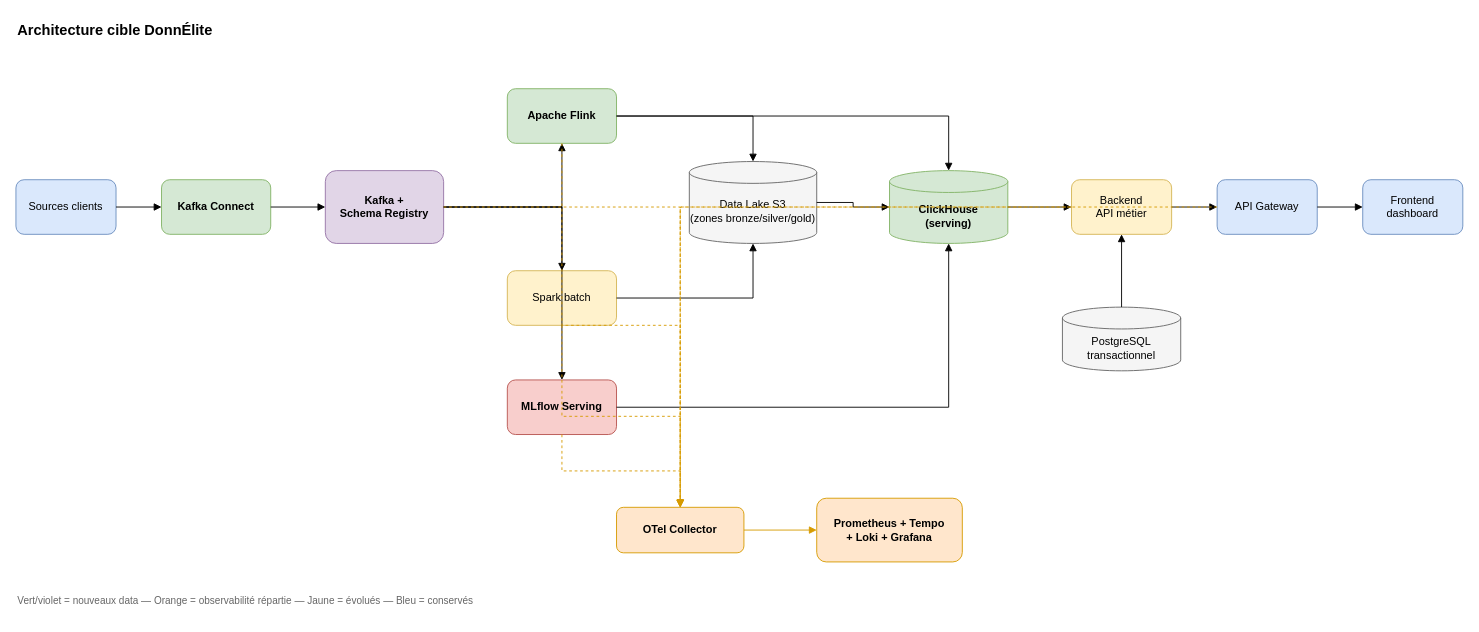
The draw.io diagram projet/livrables/diagrams/05-architecture-cible.drawio in laurentcoufinal/projet12, before the edit. Source tidied: cells renumbered, new cells numbered last; positions are measured from the earlier drawing's top-left corner, leaving out a move shared by most shapes. Both pictures are drawn from the tidied source at 91%, with x=0, y=0 at pixel (15, 15).
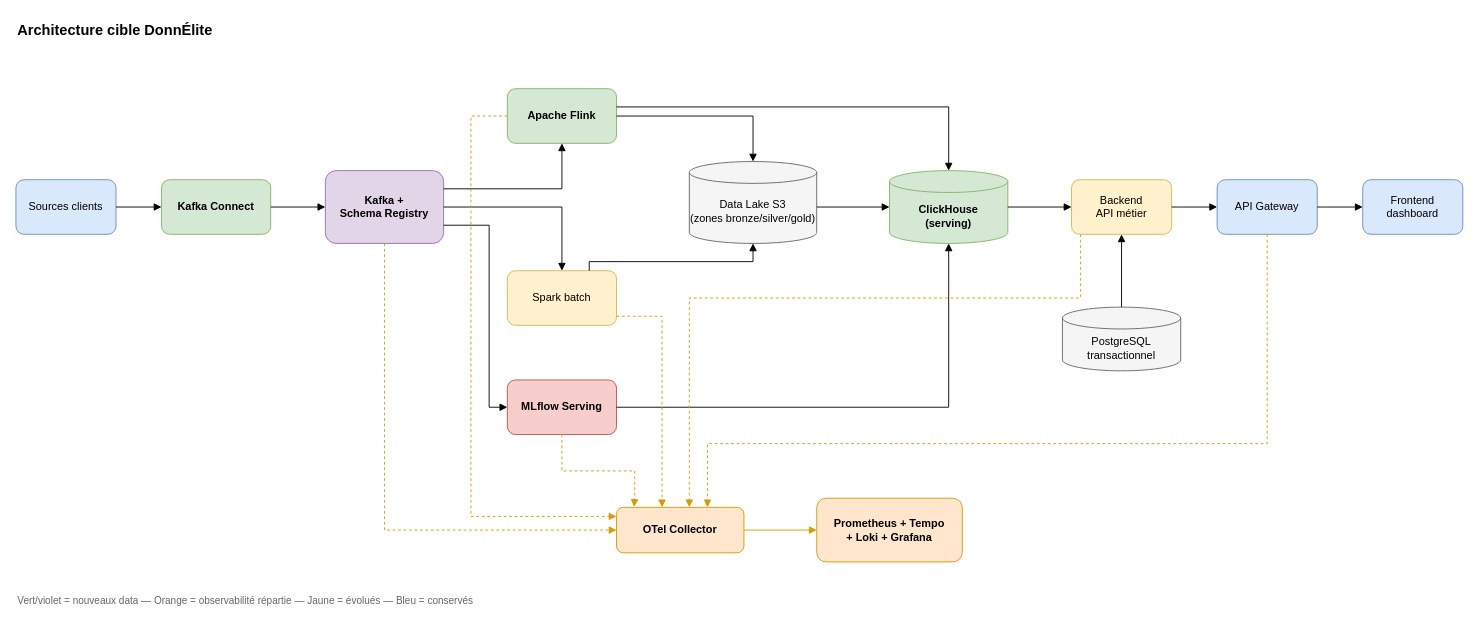
The same page after the edit.

Unchanged cells that the change refers to:
```xml
<mxCell id="5" value="Kafka +&#10;Schema Registry" style="rounded=1;whiteSpace=wrap;html=1;fillColor=#e1d5e7;strokeColor=#9673a6;fontStyle=1;" parent="1" vertex="1">
  <mxGeometry x="340" y="170" width="130" height="80" as="geometry" />
</mxCell>
<mxCell id="6" value="Apache Flink" style="rounded=1;whiteSpace=wrap;html=1;fillColor=#d5e8d4;strokeColor=#82b366;fontStyle=1;" parent="1" vertex="1">
  <mxGeometry x="540" y="80" width="120" height="60" as="geometry" />
</mxCell>
<mxCell id="7" value="Spark batch" style="rounded=1;whiteSpace=wrap;html=1;fillColor=#fff2cc;strokeColor=#d6b656;" parent="1" vertex="1">
  <mxGeometry x="540" y="280" width="120" height="60" as="geometry" />
</mxCell>
<mxCell id="8" value="MLflow Serving" style="rounded=1;whiteSpace=wrap;html=1;fillColor=#f8cecc;strokeColor=#b85450;fontStyle=1;" parent="1" vertex="1">
  <mxGeometry x="540" y="400" width="120" height="60" as="geometry" />
</mxCell>
<mxCell id="9" value="Data Lake S3&#10;(zones bronze/silver/gold)" style="shape=cylinder3;whiteSpace=wrap;html=1;boundedLbl=1;backgroundOutline=1;size=12;fillColor=#f5f5f5;strokeColor=#666666;" parent="1" vertex="1">
  <mxGeometry x="740" y="160" width="140" height="90" as="geometry" />
</mxCell>
<mxCell id="10" value="ClickHouse&#10;(serving)" style="shape=cylinder3;whiteSpace=wrap;html=1;boundedLbl=1;backgroundOutline=1;size=12;fillColor=#d5e8d4;strokeColor=#82b366;fontStyle=1;" parent="1" vertex="1">
  <mxGeometry x="960" y="170" width="130" height="80" as="geometry" />
</mxCell>
<mxCell id="11" value="Backend&#10;API métier" style="rounded=1;whiteSpace=wrap;html=1;fillColor=#fff2cc;strokeColor=#d6b656;" parent="1" vertex="1">
  <mxGeometry x="1160" y="180" width="110" height="60" as="geometry" />
</mxCell>
<mxCell id="12" value="API Gateway" style="rounded=1;whiteSpace=wrap;html=1;fillColor=#dae8fc;strokeColor=#6c8ebf;" parent="1" vertex="1">
  <mxGeometry x="1320" y="180" width="110" height="60" as="geometry" />
</mxCell>
<mxCell id="15" value="OTel Collector" style="rounded=1;whiteSpace=wrap;html=1;fillColor=#ffe6cc;strokeColor=#d79b00;fontStyle=1;" parent="1" vertex="1">
  <mxGeometry x="660" y="540" width="140" height="50" as="geometry" />
</mxCell>
```

What changed in the source:
```diff
@@
     <mxCell id="20" style="edgeStyle=orthogonalEdgeStyle;rounded=0;html=1;endArrow=block;endFill=1;" parent="1" edge="1" source="5" target="6">
-      <mxGeometry relative="1" as="geometry" />
+      <mxGeometry relative="1" as="geometry">
+        <Array as="points">
+          <mxPoint x="600" y="190" />
+        </Array>
+      </mxGeometry>
     </mxCell>
     <mxCell id="21" style="edgeStyle=orthogonalEdgeStyle;rounded=0;html=1;endArrow=block;endFill=1;" parent="1" edge="1" source="5" target="7">
-      <mxGeometry relative="1" as="geometry" />
+      <mxGeometry relative="1" as="geometry">
+        <Array as="points">
+          <mxPoint x="600" y="210" />
+        </Array>
+      </mxGeometry>
     </mxCell>
     <mxCell id="22" style="edgeStyle=orthogonalEdgeStyle;rounded=0;html=1;endArrow=block;endFill=1;" parent="1" edge="1" source="5" target="8">
-      <mxGeometry relative="1" as="geometry" />
+      <mxGeometry relative="1" as="geometry">
+        <Array as="points">
+          <mxPoint x="520" y="230" />
+          <mxPoint x="520" y="430" />
+        </Array>
+      </mxGeometry>
     </mxCell>
@@
     <mxCell id="24" style="edgeStyle=orthogonalEdgeStyle;rounded=0;html=1;endArrow=block;endFill=1;" parent="1" edge="1" source="7" target="9">
-      <mxGeometry relative="1" as="geometry" />
+      <mxGeometry relative="1" as="geometry">
+        <Array as="points">
+          <mxPoint x="630" y="270" />
+          <mxPoint x="810" y="270" />
+        </Array>
+      </mxGeometry>
     </mxCell>
     <mxCell id="25" style="edgeStyle=orthogonalEdgeStyle;rounded=0;html=1;endArrow=block;endFill=1;" parent="1" edge="1" source="9" target="10">
-      <mxGeometry relative="1" as="geometry" />
+      <mxGeometry relative="1" as="geometry">
+        <Array as="points">
+          <mxPoint x="900" y="210" />
+          <mxPoint x="900" y="210" />
+        </Array>
+      </mxGeometry>
     </mxCell>
     <mxCell id="26" style="edgeStyle=orthogonalEdgeStyle;rounded=0;html=1;endArrow=block;endFill=1;" parent="1" edge="1" source="6" target="10">
-      <mxGeometry relative="1" as="geometry" />
+      <mxGeometry relative="1" as="geometry">
+        <Array as="points">
+          <mxPoint x="1025" y="100" />
+        </Array>
+      </mxGeometry>
     </mxCell>
@@
     <mxCell id="32" style="edgeStyle=orthogonalEdgeStyle;rounded=0;html=1;endArrow=block;endFill=1;dashed=1;strokeColor=#d79b00;" parent="1" edge="1" source="12" target="15">
-      <mxGeometry relative="1" as="geometry" />
+      <mxGeometry relative="1" as="geometry">
+        <Array as="points">
+          <mxPoint x="1375" y="470" />
+          <mxPoint x="760" y="470" />
+        </Array>
+      </mxGeometry>
     </mxCell>
     <mxCell id="33" style="edgeStyle=orthogonalEdgeStyle;rounded=0;html=1;endArrow=block;endFill=1;dashed=1;strokeColor=#d79b00;" parent="1" edge="1" source="11" target="15">
-      <mxGeometry relative="1" as="geometry" />
+      <mxGeometry relative="1" as="geometry">
+        <Array as="points">
+          <mxPoint x="1170" y="310" />
+          <mxPoint x="740" y="310" />
+        </Array>
+      </mxGeometry>
     </mxCell>
     <mxCell id="34" style="edgeStyle=orthogonalEdgeStyle;rounded=0;html=1;endArrow=block;endFill=1;dashed=1;strokeColor=#d79b00;" parent="1" edge="1" source="5" target="15">
-      <mxGeometry relative="1" as="geometry" />
+      <mxGeometry relative="1" as="geometry">
+        <Array as="points">
+          <mxPoint x="405" y="565" />
+        </Array>
+      </mxGeometry>
     </mxCell>
     <mxCell id="35" style="edgeStyle=orthogonalEdgeStyle;rounded=0;html=1;endArrow=block;endFill=1;dashed=1;strokeColor=#d79b00;" parent="1" edge="1" source="6" target="15">
-      <mxGeometry relative="1" as="geometry" />
+      <mxGeometry relative="1" as="geometry">
+        <Array as="points">
+          <mxPoint x="500" y="110" />
+          <mxPoint x="500" y="550" />
+        </Array>
+      </mxGeometry>
     </mxCell>
     <mxCell id="36" style="edgeStyle=orthogonalEdgeStyle;rounded=0;html=1;endArrow=block;endFill=1;dashed=1;strokeColor=#d79b00;" parent="1" edge="1" source="7" target="15">
-      <mxGeometry relative="1" as="geometry" />
+      <mxGeometry relative="1" as="geometry">
+        <Array as="points">
+          <mxPoint x="710" y="330" />
+        </Array>
+      </mxGeometry>
     </mxCell>
-    <mxCell id="37" style="edgeStyle=orthogonalEdgeStyle;rounded=0;html=1;endArrow=block;endFill=1;dashed=1;strokeColor=#d79b00;" parent="1" edge="1" source="8" target="15">
-      <mxGeometry relative="1" as="geometry" />
+    <mxCell id="37" style="edgeStyle=orthogonalEdgeStyle;rounded=0;html=1;endArrow=block;endFill=1;dashed=1;strokeColor=#d79b00;entryX=0.137;entryY=-0.009;entryDx=0;entryDy=0;entryPerimeter=0;" parent="1" edge="1" source="8" target="15">
+      <mxGeometry relative="1" as="geometry">
+        <Array as="points">
+          <mxPoint x="600" y="500" />
+          <mxPoint x="680" y="500" />
+          <mxPoint x="680" y="530" />
+          <mxPoint x="679" y="530" />
+        </Array>
+      </mxGeometry>
     </mxCell>
```
